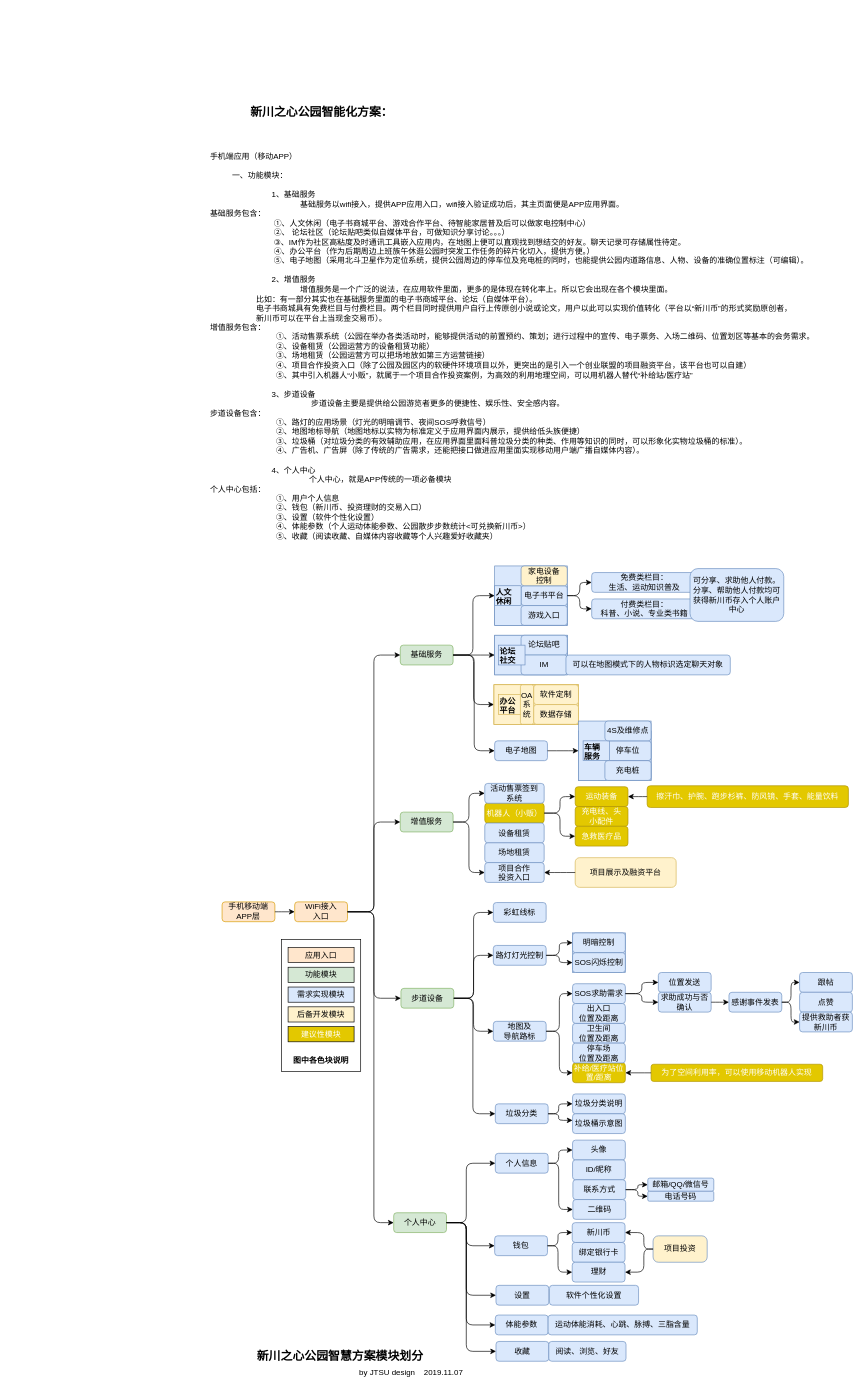
The draw.io diagram 智慧城市.drawio in UTOUUCENTER-CD/draw.io, before the edit. Source tidied: cells renumbered, new cells numbered last; positions are measured from the earlier drawing's top-left corner, leaving out a move shared by most shapes. Both pictures are drawn from the tidied source at 66%, with x=0, y=0 at pixel (209, 104).
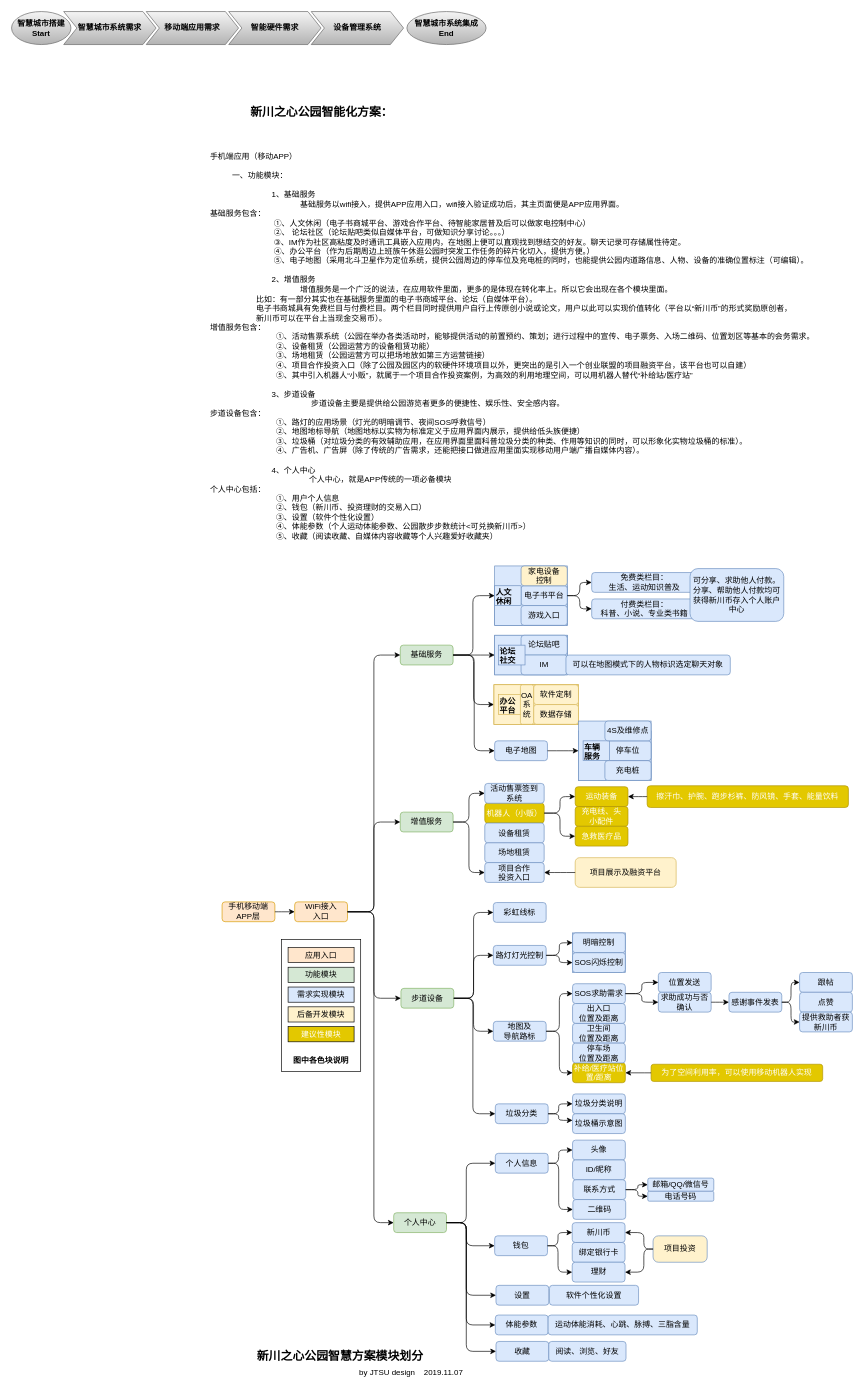
Above is the later version.

What changed in the source:
```diff
@@
+    <mxCell id="145" value="&lt;b&gt;智慧城市系统需求&lt;/b&gt;" style="shape=step;perimeter=stepPerimeter;whiteSpace=wrap;html=1;fixedSize=1;gradientColor=#b3b3b3;fillColor=#f5f5f5;strokeColor=#666666;" parent="1" vertex="1">
+      <mxGeometry x="-220" y="-140" width="140" height="50" as="geometry" />
+    </mxCell>
+    <mxCell id="146" value="&lt;b&gt;智慧城市搭建Start&lt;/b&gt;" style="ellipse;whiteSpace=wrap;html=1;fillColor=#f5f5f5;gradientColor=#b3b3b3;strokeColor=#666666;" parent="1" vertex="1">
+      <mxGeometry x="-299" y="-140" width="90" height="50" as="geometry" />
+    </mxCell>
+    <mxCell id="147" value="&lt;b&gt;移动端应用需求&lt;/b&gt;" style="shape=step;perimeter=stepPerimeter;whiteSpace=wrap;html=1;fixedSize=1;gradientColor=#b3b3b3;fillColor=#f5f5f5;strokeColor=#666666;" parent="1" vertex="1">
+      <mxGeometry x="-95" y="-140" width="140" height="50" as="geometry" />
+    </mxCell>
+    <mxCell id="148" value="&lt;b&gt;智能硬件需求&lt;/b&gt;" style="shape=step;perimeter=stepPerimeter;whiteSpace=wrap;html=1;fixedSize=1;gradientColor=#b3b3b3;fillColor=#f5f5f5;strokeColor=#666666;" parent="1" vertex="1">
+      <mxGeometry x="30" y="-140" width="140" height="50" as="geometry" />
+    </mxCell>
+    <mxCell id="149" value="&lt;b&gt;设备管理系统&lt;/b&gt;" style="shape=step;perimeter=stepPerimeter;whiteSpace=wrap;html=1;fixedSize=1;gradientColor=#b3b3b3;fillColor=#f5f5f5;strokeColor=#666666;" parent="1" vertex="1">
+      <mxGeometry x="155" y="-140" width="140" height="50" as="geometry" />
+    </mxCell>
+    <mxCell id="150" value="&lt;b&gt;智慧城市系统集成&lt;br&gt;End&lt;br&gt;&lt;/b&gt;" style="ellipse;whiteSpace=wrap;html=1;fillColor=#f5f5f5;gradientColor=#b3b3b3;strokeColor=#666666;" parent="1" vertex="1">
+      <mxGeometry x="300" y="-140" width="120" height="50" as="geometry" />
+    </mxCell>
```
